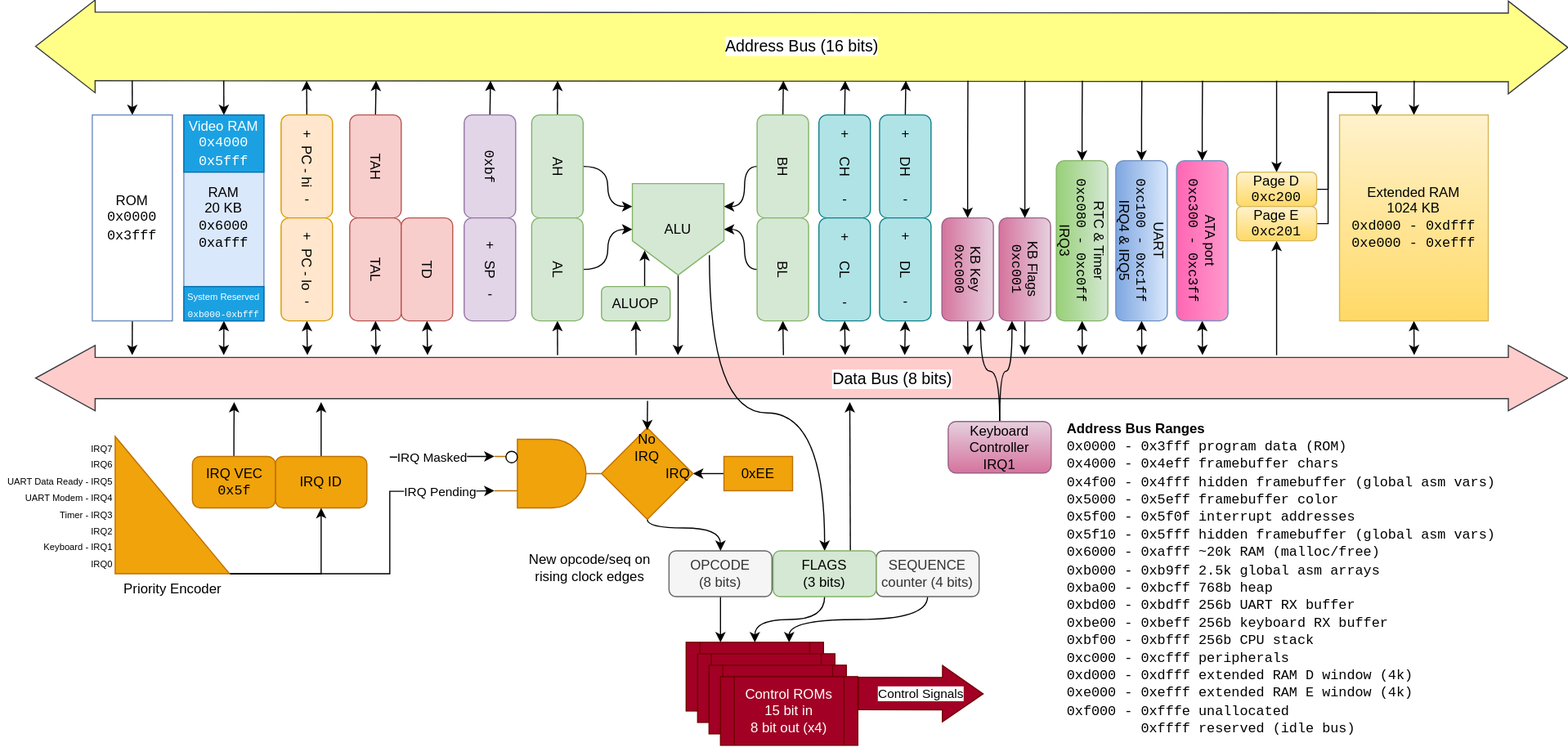
Before: img/CPU Block Diagram.drawio.svg, a diagram exported from draw.io (skaven81/wirewrapodyssey.com). Source tidied: cells renumbered, new cells last; positions are measured from the earlier drawing's top-left corner, leaving out a move shared by most shapes.
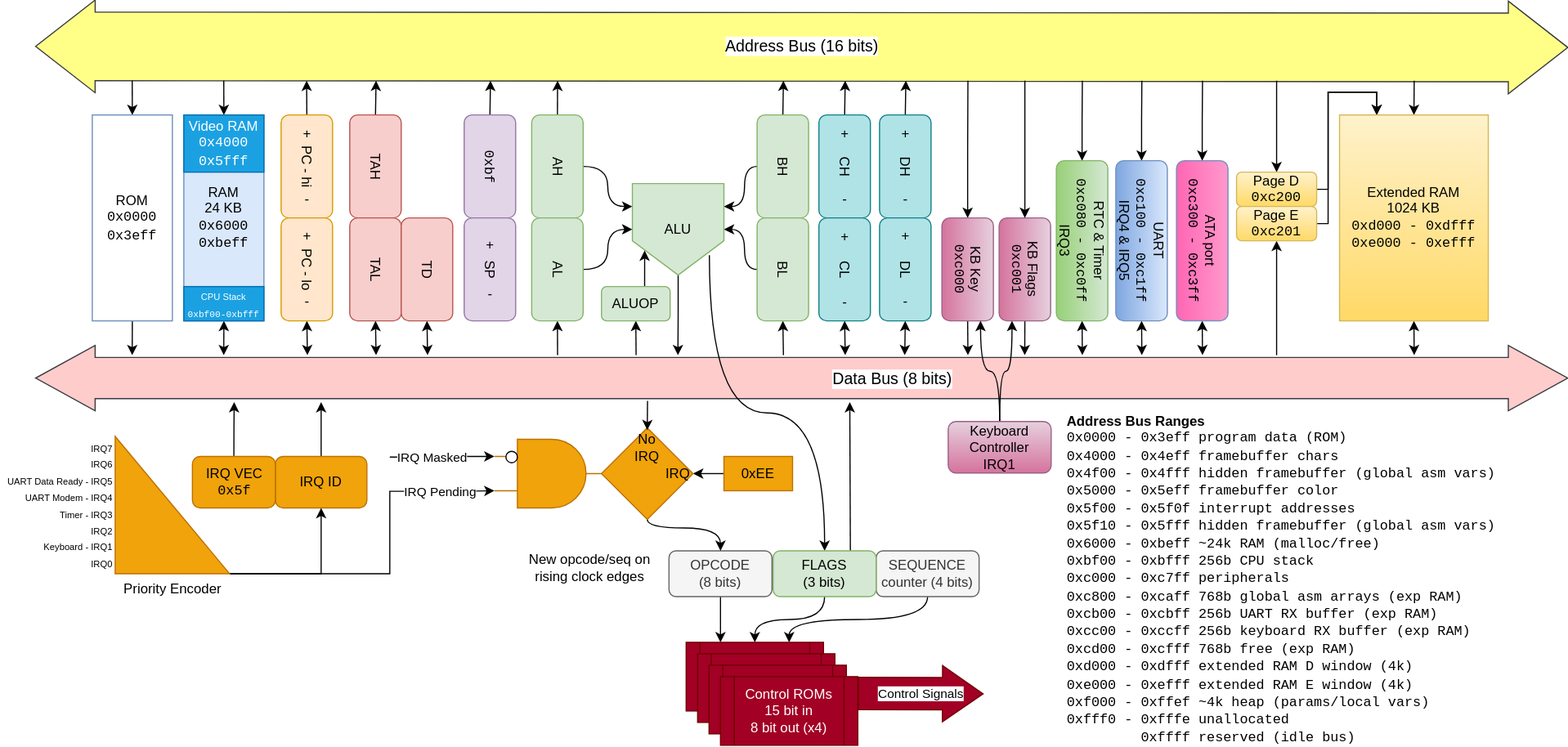
The same file after the commit.

Commit message:
Update the address ranges to include expanded memoyr

Diff of the diagram source:
```diff
@@ -72,7 +72,7 @@
         <mxPoint x="194.9" y="270" as="targetPoint" />
       </mxGeometry>
     </mxCell>
-    <mxCell id="18" value="RAM&lt;br&gt;20 KB&lt;br&gt;&lt;font face=&quot;Courier New&quot;&gt;0x6000&lt;br&gt;0xafff&lt;/font&gt;" style="rounded=0;whiteSpace=wrap;html=1;fillColor=#dae8fc;strokeColor=#6c8ebf;" parent="1" vertex="1">
+    <mxCell id="18" value="RAM&lt;br&gt;24 KB&lt;br&gt;&lt;font face=&quot;Courier New&quot;&gt;0x6000&lt;br&gt;0xbeff&lt;/font&gt;" style="rounded=0;whiteSpace=wrap;html=1;fillColor=#dae8fc;strokeColor=#6c8ebf;" parent="1" vertex="1">
       <mxGeometry x="160" y="60" width="70" height="180" as="geometry" />
     </mxCell>
     <mxCell id="19" style="edgeStyle=orthogonalEdgeStyle;rounded=0;jettySize=auto;html=1;exitX=0.5;exitY=1;exitDx=0;exitDy=0;" parent="1" edge="1" source="21">
@@ -85,7 +85,7 @@
         <mxPoint x="114.9" y="30" as="targetPoint" />
       </mxGeometry>
     </mxCell>
-    <mxCell id="21" value="ROM&lt;br&gt;&lt;font face=&quot;Courier New&quot;&gt;0x0000&lt;br&gt;0x3fff&lt;/font&gt;" style="rounded=0;whiteSpace=wrap;html=1;strokeColor=#6c8ebf;" parent="1" vertex="1">
+    <mxCell id="21" value="ROM&lt;br&gt;&lt;font face=&quot;Courier New&quot;&gt;0x0000&lt;br&gt;0x3eff&lt;/font&gt;" style="rounded=0;whiteSpace=wrap;html=1;strokeColor=#6c8ebf;" parent="1" vertex="1">
       <mxGeometry x="80" y="60" width="70" height="180" as="geometry" />
     </mxCell>
     <mxCell id="22" style="edgeStyle=orthogonalEdgeStyle;rounded=0;jettySize=auto;html=1;exitX=0.5;exitY=0;exitDx=0;exitDy=0;entryX=0;entryY=0.25;entryDx=0;entryDy=0;curved=1;" parent="1" edge="1" source="24" target="35">
@@ -390,10 +390,10 @@
     <mxCell id="96" value="Video RAM&lt;br&gt;&lt;font face=&quot;Courier New&quot;&gt;0x4000&lt;br&gt;0x5fff&lt;/font&gt;" style="rounded=0;whiteSpace=wrap;html=1;fillColor=#1ba1e2;strokeColor=#006EAF;fontColor=#ffffff;" parent="1" vertex="1">
       <mxGeometry x="160" y="60" width="70" height="50" as="geometry" />
     </mxCell>
-    <mxCell id="97" value="&lt;font style=&quot;font-size: 8px;&quot;&gt;&lt;font style=&quot;font-size: 8px;&quot;&gt;System Reserved&lt;br&gt;&lt;/font&gt;&lt;font style=&quot;font-size: 8px;&quot; face=&quot;Courier New&quot;&gt;0xb000-0xbfff&lt;/font&gt;&lt;/font&gt;" style="rounded=0;whiteSpace=wrap;html=1;fillColor=#1ba1e2;strokeColor=#006EAF;fontColor=#ffffff;" parent="1" vertex="1">
+    <mxCell id="97" value="&lt;font style=&quot;font-size: 8px;&quot;&gt;&lt;font style=&quot;font-size: 8px;&quot;&gt;CPU Stack&lt;br&gt;&lt;/font&gt;&lt;font style=&quot;font-size: 8px;&quot; face=&quot;Courier New&quot;&gt;0xbf00-0xbfff&lt;/font&gt;&lt;/font&gt;" style="rounded=0;whiteSpace=wrap;html=1;fillColor=#1ba1e2;strokeColor=#006EAF;fontColor=#ffffff;" parent="1" vertex="1">
       <mxGeometry x="160" y="210" width="70" height="30" as="geometry" />
     </mxCell>
-    <mxCell id="98" value="&lt;div&gt;&lt;b&gt;Address Bus Ranges&lt;/b&gt;&lt;/div&gt;&lt;div&gt;&lt;font face=&quot;Courier New&quot;&gt;0x0000 - 0x3fff program data (ROM)&lt;/font&gt;&lt;/div&gt;&lt;div&gt;&lt;font face=&quot;Courier New&quot;&gt;0x4000 - 0x4eff framebuffer chars&lt;/font&gt;&lt;/div&gt;&lt;div&gt;&lt;font face=&quot;Courier New&quot;&gt;0x4f00 - 0x4fff hidden framebuffer (global asm vars)&lt;/font&gt;&lt;/div&gt;&lt;div&gt;&lt;font face=&quot;Courier New&quot;&gt;0x5000 - 0x5eff framebuffer color&lt;/font&gt;&lt;/div&gt;&lt;div&gt;&lt;font face=&quot;Courier New&quot;&gt;0x5f00 - 0x5f0f interrupt addresses&lt;/font&gt;&lt;/div&gt;&lt;div&gt;&lt;font face=&quot;Courier New&quot;&gt;0x5f10 - 0x5fff hidden framebuffer (global asm vars)&lt;/font&gt;&lt;/div&gt;&lt;div&gt;&lt;font face=&quot;Courier New&quot;&gt;0x6000 - 0xafff ~20k RAM (malloc/free)&lt;/font&gt;&lt;/div&gt;&lt;div&gt;&lt;font face=&quot;Courier New&quot;&gt;0xb000 - 0xb9ff 2.5k global asm arrays&lt;/font&gt;&lt;/div&gt;&lt;div&gt;&lt;font face=&quot;Courier New&quot;&gt;0xba00 - 0xbcff 768b heap&lt;/font&gt;&lt;/div&gt;&lt;div&gt;&lt;font face=&quot;Courier New&quot;&gt;0xbd00 - 0xbdff 256b UART RX buffer&lt;/font&gt;&lt;/div&gt;&lt;div&gt;&lt;font face=&quot;Courier New&quot;&gt;0xbe00 - 0xbeff 256b keyboard RX buffer&lt;/font&gt;&lt;/div&gt;&lt;div&gt;&lt;font face=&quot;Courier New&quot;&gt;0xbf00 - 0xbfff 256b CPU stack&lt;/font&gt;&lt;/div&gt;&lt;div&gt;&lt;font face=&quot;Courier New&quot;&gt;0xc000 - 0xcfff peripherals&lt;/font&gt;&lt;/div&gt;&lt;div&gt;&lt;span style=&quot;font-family: &amp;quot;Courier New&amp;quot;; background-color: initial;&quot;&gt;0xd000 - 0xdfff extended RAM D window (4k)&lt;/span&gt;&lt;br&gt;&lt;/div&gt;&lt;div&gt;&lt;font face=&quot;Courier New&quot;&gt;0xe000 - 0xefff extended RAM E window (4k)&lt;/font&gt;&lt;/div&gt;&lt;div&gt;&lt;font face=&quot;Courier New&quot;&gt;0xf000 - 0xfffe unallocated&lt;/font&gt;&lt;/div&gt;&lt;div&gt;&lt;font face=&quot;Courier New&quot;&gt;&amp;nbsp; &amp;nbsp; &amp;nbsp; &amp;nbsp; &amp;nbsp;0xffff reserved (idle bus)&amp;nbsp;&lt;/font&gt;&lt;/div&gt;" style="text;strokeColor=none;align=left;fillColor=none;html=1;verticalAlign=middle;whiteSpace=wrap;rounded=0;" parent="1" vertex="1">
+    <mxCell id="98" value="&lt;div&gt;&lt;b&gt;Address Bus Ranges&lt;/b&gt;&lt;/div&gt;&lt;div&gt;&lt;font face=&quot;Courier New&quot;&gt;0x0000 - 0x3eff program data (ROM)&lt;/font&gt;&lt;/div&gt;&lt;div&gt;&lt;font face=&quot;Courier New&quot;&gt;0x4000 - 0x4eff framebuffer chars&lt;/font&gt;&lt;/div&gt;&lt;div&gt;&lt;font face=&quot;Courier New&quot;&gt;0x4f00 - 0x4fff hidden framebuffer (global asm vars)&lt;/font&gt;&lt;/div&gt;&lt;div&gt;&lt;font face=&quot;Courier New&quot;&gt;0x5000 - 0x5eff framebuffer color&lt;/font&gt;&lt;/div&gt;&lt;div&gt;&lt;font face=&quot;Courier New&quot;&gt;0x5f00 - 0x5f0f interrupt addresses&lt;/font&gt;&lt;/div&gt;&lt;div&gt;&lt;font face=&quot;Courier New&quot;&gt;0x5f10 - 0x5fff hidden framebuffer (global asm vars)&lt;/font&gt;&lt;/div&gt;&lt;div&gt;&lt;font face=&quot;Courier New&quot;&gt;0x6000 - 0xbeff ~24k RAM (malloc/free)&lt;/font&gt;&lt;/div&gt;&lt;div&gt;&lt;font face=&quot;Courier New&quot;&gt;0xbf00 - 0xbfff 256b CPU stack&lt;/font&gt;&lt;/div&gt;&lt;div&gt;&lt;font face=&quot;Courier New&quot;&gt;0xc000 - 0xc7ff peripherals&lt;/font&gt;&lt;/div&gt;&lt;div&gt;&lt;font face=&quot;Courier New&quot;&gt;0xc800 - 0xcaff 768b global asm arrays (exp RAM)&lt;/font&gt;&lt;/div&gt;&lt;div&gt;&lt;font face=&quot;Courier New&quot;&gt;0xcb00 - 0xcbff 256b UART RX buffer (exp RAM)&lt;/font&gt;&lt;/div&gt;&lt;div&gt;&lt;font face=&quot;Courier New&quot;&gt;0xcc00 - 0xccff 256b keyboard RX buffer (exp RAM)&lt;/font&gt;&lt;/div&gt;&lt;div&gt;&lt;font face=&quot;Courier New&quot;&gt;0xcd00 - 0xcfff 768b free (exp RAM)&lt;/font&gt;&lt;/div&gt;&lt;div&gt;&lt;span style=&quot;font-family: &amp;quot;Courier New&amp;quot;; background-color: initial;&quot;&gt;0xd000 - 0xdfff extended RAM D window (4k)&lt;/span&gt;&lt;br&gt;&lt;/div&gt;&lt;div&gt;&lt;font face=&quot;Courier New&quot;&gt;0xe000 - 0xefff extended RAM E window (4k)&lt;/font&gt;&lt;/div&gt;&lt;div&gt;&lt;font face=&quot;Courier New&quot;&gt;0xf000 - 0xffef ~4k heap (params/local vars)&lt;/font&gt;&lt;/div&gt;&lt;div&gt;&lt;font face=&quot;Courier New&quot;&gt;0xfff0 - 0xfffe unallocated&lt;/font&gt;&lt;/div&gt;&lt;div&gt;&lt;font face=&quot;Courier New&quot;&gt;&amp;nbsp; &amp;nbsp; &amp;nbsp; &amp;nbsp; &amp;nbsp;0xffff reserved (idle bus)&amp;nbsp;&lt;/font&gt;&lt;/div&gt;" style="text;strokeColor=none;align=left;fillColor=none;html=1;verticalAlign=middle;whiteSpace=wrap;rounded=0;" parent="1" vertex="1">
       <mxGeometry x="930" y="331" width="380" height="270" as="geometry" />
     </mxCell>
     <mxCell id="99" style="edgeStyle=orthogonalEdgeStyle;rounded=0;jettySize=auto;html=1;exitX=1;exitY=1;exitDx=0;exitDy=0;exitPerimeter=0;entryX=0.5;entryY=1;entryDx=0;entryDy=0;" parent="1" edge="1" source="102" target="69">
```
